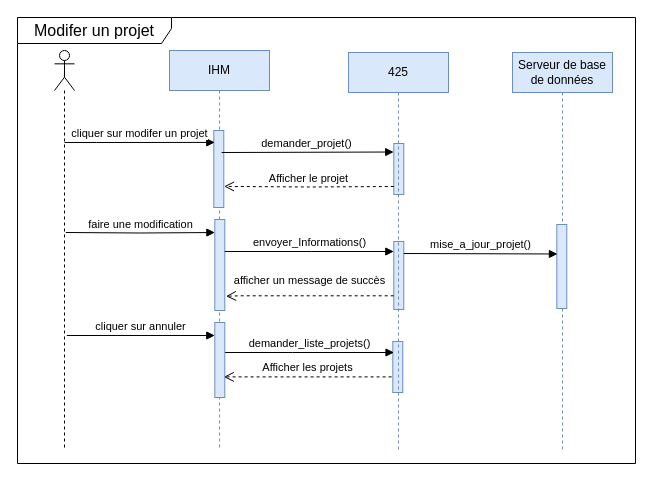
This is ModierProjet_DiagrammeSequence.drawio from ZidiMedAmine/UML, a draw.io file, before an edit. Source tidied: cells renumbered, new cells numbered last; positions are measured from the earlier drawing's top-left corner, leaving out a move shared by most shapes. Both pictures are drawn from the tidied source at 100%, with x=0, y=0 at pixel (17, 17).
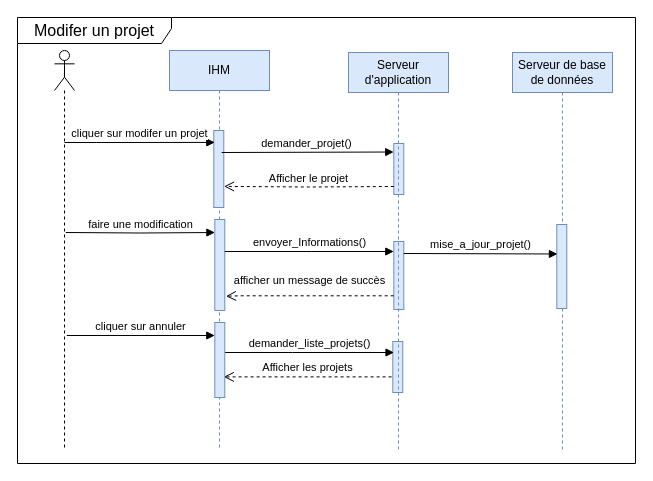
The same page after the edit.

The edit, as a diff of the source:
```diff
@@
-    <mxCell id="23" value="425" style="shape=umlLifeline;perimeter=lifelinePerimeter;whiteSpace=wrap;html=1;fillColor=#dae8fc;strokeColor=#6c8ebf;" parent="1" vertex="1">
+    <mxCell id="23" value="Serveur d'application" style="shape=umlLifeline;perimeter=lifelinePerimeter;whiteSpace=wrap;html=1;fillColor=#dae8fc;strokeColor=#6c8ebf;" parent="1" vertex="1">
       <mxGeometry x="331" y="35" width="100" height="400" as="geometry" />
     </mxCell>
```
